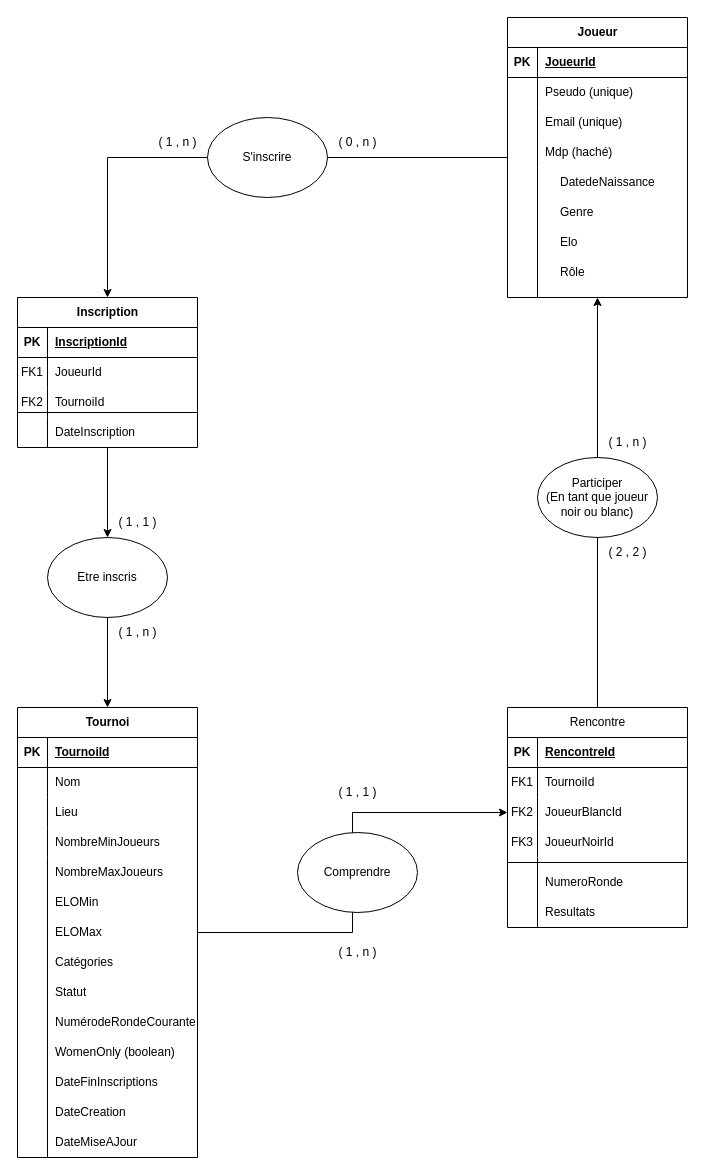
Above: Diagramme sans nom.drawio in Veynah/Labo-Back-End-Java (draw.io), before the change. Source tidied: cells renumbered, new cells numbered last; positions are measured from the earlier drawing's top-left corner, leaving out a move shared by most shapes. Both pictures are drawn from the tidied source at 100%, with x=0, y=0 at pixel (17, 17).
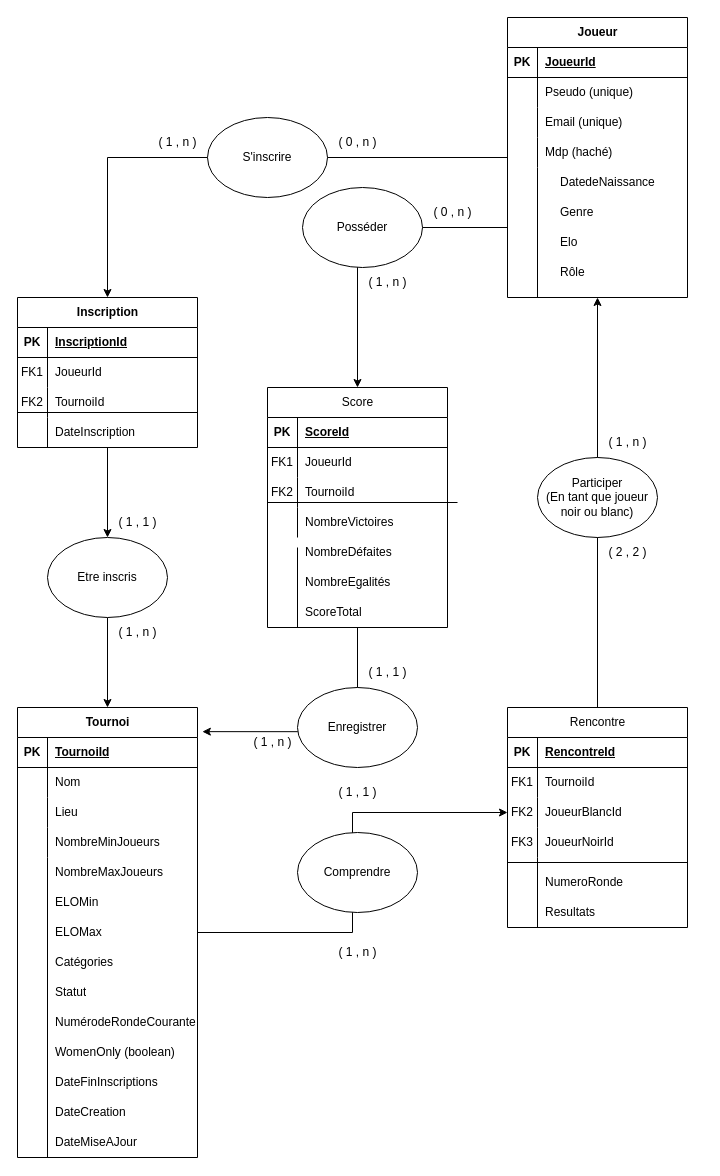
After the change.

Commit message:
Entités-relations fini

The change refers to these unchanged cells:
```xml
<mxCell id="3" value="Joueur" style="shape=table;startSize=30;childLayout=tableLayout;rowLines=0;fontStyle=1;align=center;html=1;" parent="1" vertex="1">
  <mxGeometry x="490" width="180" height="280" as="geometry" />
</mxCell>
<mxCell id="39" style="shape=tableRow;horizontal=0;startSize=0;swimlaneHead=0;swimlaneBody=0;fillColor=none;points=[[0,0.5],[1,0.5]];portConstraint=eastwest;top=0;left=0;right=0;bottom=1;" parent="38" vertex="1">
  <mxGeometry y="30" width="180" height="30" as="geometry" />
</mxCell>
```

What changed in the source:
```diff
@@
+    <mxCell id="92" style="edgeStyle=orthogonalEdgeStyle;rounded=0;jettySize=auto;html=1;exitX=0;exitY=0.75;exitDx=0;exitDy=0;entryX=0.5;entryY=0;entryDx=0;entryDy=0;" parent="1" edge="1" source="3" target="93">
+      <mxGeometry relative="1" as="geometry" />
+    </mxCell>
@@
+    <mxCell id="93" value="Score" style="shape=table;startSize=30;childLayout=tableLayout;rowLines=0;fontStyle=0;align=center;html=1;" parent="1" vertex="1">
+      <mxGeometry x="250" y="370" width="180" height="240" as="geometry" />
+    </mxCell>
+    <mxCell id="94" style="shape=tableRow;horizontal=0;startSize=0;swimlaneHead=0;swimlaneBody=0;fillColor=none;top=0;left=0;right=0;bottom=1;" parent="93" vertex="1">
+      <mxGeometry y="30" width="180" height="30" as="geometry" />
+    </mxCell>
+    <mxCell id="95" value="PK" style="shape=partialRectangle;fillColor=none;top=0;left=0;bottom=0;right=0;fontStyle=1;overflow=hidden;whiteSpace=wrap;html=1;" parent="94" vertex="1">
+      <mxGeometry width="30" height="30" as="geometry" />
+    </mxCell>
+    <mxCell id="96" value="ScoreId" style="shape=partialRectangle;fillColor=none;top=0;left=0;bottom=0;right=0;align=left;spacingLeft=6;fontStyle=5;overflow=hidden;whiteSpace=wrap;html=1;" parent="94" vertex="1">
+      <mxGeometry x="30" width="150" height="30" as="geometry" />
+    </mxCell>
+    <mxCell id="97" style="shape=tableRow;horizontal=0;startSize=0;swimlaneHead=0;swimlaneBody=0;fillColor=none;top=0;left=0;right=0;bottom=0;" parent="93" vertex="1">
+      <mxGeometry y="60" width="180" height="30" as="geometry" />
+    </mxCell>
+    <mxCell id="98" value="FK1" style="shape=partialRectangle;fillColor=none;top=0;left=0;bottom=0;right=0;overflow=hidden;whiteSpace=wrap;html=1;" parent="97" vertex="1">
+      <mxGeometry width="30" height="30" as="geometry" />
+    </mxCell>
+    <mxCell id="99" value="JoueurId" style="shape=partialRectangle;fillColor=none;top=0;left=0;bottom=0;right=0;align=left;spacingLeft=6;overflow=hidden;whiteSpace=wrap;html=1;" parent="97" vertex="1">
+      <mxGeometry x="30" width="150" height="30" as="geometry" />
+    </mxCell>
+    <mxCell id="100" style="shape=tableRow;horizontal=0;startSize=0;swimlaneHead=0;swimlaneBody=0;fillColor=none;top=0;left=0;right=0;bottom=0;" parent="93" vertex="1">
+      <mxGeometry y="90" width="180" height="30" as="geometry" />
+    </mxCell>
+    <mxCell id="101" value="FK2" style="shape=partialRectangle;fillColor=none;top=0;left=0;bottom=0;right=0;overflow=hidden;whiteSpace=wrap;html=1;" parent="100" vertex="1">
+      <mxGeometry width="30" height="30" as="geometry" />
+    </mxCell>
+    <mxCell id="102" value="TournoiId" style="shape=partialRectangle;fillColor=none;top=0;left=0;bottom=0;right=0;align=left;spacingLeft=6;overflow=hidden;whiteSpace=wrap;html=1;" parent="100" vertex="1">
+      <mxGeometry x="30" width="150" height="30" as="geometry" />
+    </mxCell>
+    <mxCell id="103" style="shape=tableRow;horizontal=0;startSize=0;swimlaneHead=0;swimlaneBody=0;fillColor=none;top=0;left=0;right=0;bottom=0;" parent="93" vertex="1">
+      <mxGeometry y="120" width="180" height="30" as="geometry" />
+    </mxCell>
+    <mxCell id="104" style="shape=partialRectangle;fillColor=none;top=0;left=0;bottom=0;right=0;overflow=hidden;whiteSpace=wrap;html=1;" parent="103" vertex="1">
+      <mxGeometry width="30" height="30" as="geometry" />
+    </mxCell>
+    <mxCell id="105" value="NombreVictoires" style="shape=partialRectangle;fillColor=none;top=0;left=0;bottom=0;right=0;align=left;spacingLeft=6;overflow=hidden;whiteSpace=wrap;html=1;" parent="103" vertex="1">
+      <mxGeometry x="30" width="150" height="30" as="geometry" />
+    </mxCell>
+    <mxCell id="106" value="NombreDéfaites" style="shape=partialRectangle;fillColor=none;top=0;left=0;bottom=0;right=0;align=left;spacingLeft=6;overflow=hidden;whiteSpace=wrap;html=1;" parent="1" vertex="1">
+      <mxGeometry x="280" y="520" width="150" height="30" as="geometry" />
+    </mxCell>
+    <mxCell id="107" value="NombreEgalités" style="shape=partialRectangle;fillColor=none;top=0;left=0;bottom=0;right=0;align=left;spacingLeft=6;overflow=hidden;whiteSpace=wrap;html=1;" parent="1" vertex="1">
+      <mxGeometry x="280" y="550" width="150" height="30" as="geometry" />
+    </mxCell>
+    <mxCell id="108" value="ScoreTotal" style="shape=partialRectangle;fillColor=none;top=0;left=0;bottom=0;right=0;align=left;spacingLeft=6;overflow=hidden;whiteSpace=wrap;html=1;" parent="1" vertex="1">
+      <mxGeometry x="280" y="580" width="150" height="30" as="geometry" />
+    </mxCell>
+    <mxCell id="109" style="endArrow=none;html=1;rounded=0;" parent="1" edge="1">
+      <mxGeometry relative="1" as="geometry">
+        <mxPoint x="280" y="610" as="sourcePoint" />
+        <mxPoint x="280" y="530" as="targetPoint" />
+      </mxGeometry>
+    </mxCell>
+    <mxCell id="110" style="line;strokeWidth=1;dashed=0;labelPosition=right;align=left;verticalAlign=middle;spacingTop=0;spacingLeft=6;" parent="1" vertex="1">
+      <mxGeometry x="250" y="400" width="190" height="170" as="geometry" />
+    </mxCell>
+    <mxCell id="111" value="Posséder" style="ellipse;whiteSpace=wrap;html=1;" parent="1" vertex="1">
+      <mxGeometry x="285" y="170" width="120" height="80" as="geometry" />
+    </mxCell>
+    <mxCell id="112" value="( 0 , n )" style="text;html=1;align=center;verticalAlign=middle;strokeColor=none;fillColor=none;" parent="1" vertex="1">
+      <mxGeometry x="405" y="180" width="60" height="30" as="geometry" />
+    </mxCell>
+    <mxCell id="113" value="( 1 , n )" style="text;html=1;align=center;verticalAlign=middle;strokeColor=none;fillColor=none;" parent="1" vertex="1">
+      <mxGeometry x="340" y="250" width="60" height="30" as="geometry" />
+    </mxCell>
+    <mxCell id="114" style="edgeStyle=orthogonalEdgeStyle;rounded=0;jettySize=auto;html=1;entryX=1.027;entryY=-0.195;entryDx=0;entryDy=0;entryPerimeter=0;" parent="1" edge="1" source="93" target="39">
+      <mxGeometry relative="1" as="geometry" />
+    </mxCell>
+    <mxCell id="115" value="Enregistrer" style="ellipse;whiteSpace=wrap;html=1;" parent="1" vertex="1">
+      <mxGeometry x="280" y="670" width="120" height="80" as="geometry" />
+    </mxCell>
+    <mxCell id="116" value="( 1 , 1 )" style="text;html=1;align=center;verticalAlign=middle;strokeColor=none;fillColor=none;" parent="1" vertex="1">
+      <mxGeometry x="340" y="640" width="60" height="30" as="geometry" />
+    </mxCell>
+    <mxCell id="117" value="( 1 , n )" style="text;html=1;align=center;verticalAlign=middle;strokeColor=none;fillColor=none;" parent="1" vertex="1">
+      <mxGeometry x="225" y="710" width="60" height="30" as="geometry" />
+    </mxCell>
```
